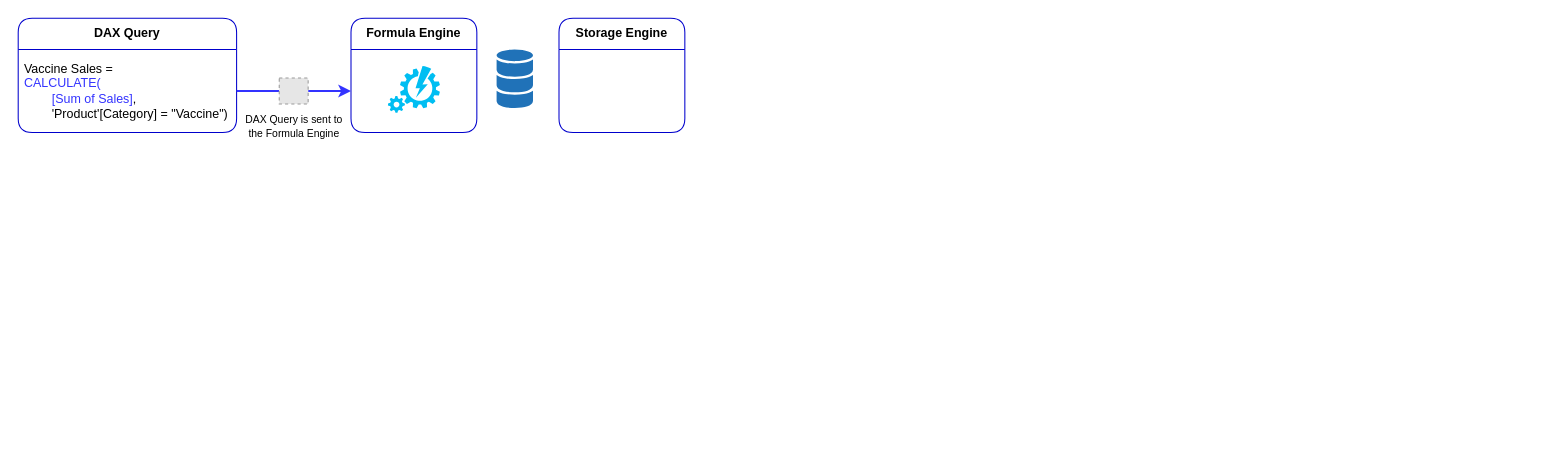
Above: page "diagram-1" (1 of 2) of Training/dax_query_evaluation.drawio in myzhuyue/AI_Power_Studio (draw.io), before the change. Source tidied: cells renumbered, new cells numbered last; positions are measured from the earlier drawing's top-left corner, leaving out a move shared by most shapes. Both pictures are drawn from the tidied source at 104%, with x=0, y=0 at pixel (18, 18). Pictures stored in the file or linked from it are replaced by grey dashed boxes.
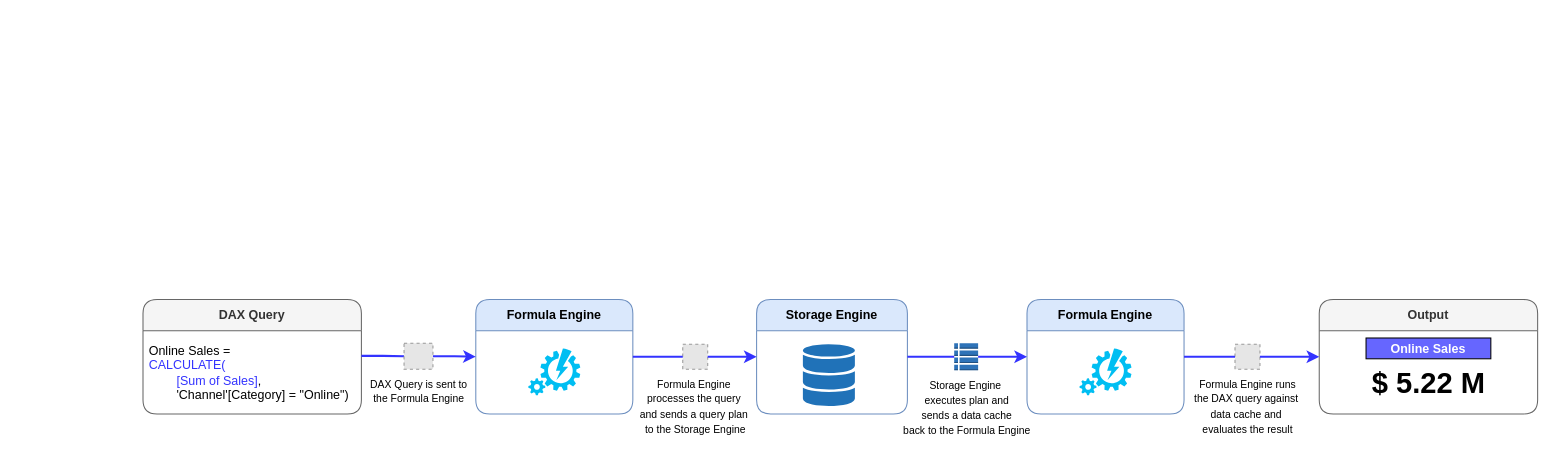
The same page after the edit.

What changed in the source:
```diff
@@
-    <mxCell id="2" value="&lt;b&gt;DAX Query&lt;/b&gt;" style="swimlane;fontStyle=0;horizontal=1;startSize=30;whiteSpace=wrap;html=1;rounded=1;strokeColor=#0000CC;" parent="1" vertex="1">
-      <mxGeometry width="210" height="110" as="geometry" />
+    <mxCell id="2" value="&lt;b&gt;DAX Query&lt;/b&gt;" style="swimlane;fontStyle=0;horizontal=1;startSize=30;whiteSpace=wrap;html=1;rounded=1;strokeColor=#666666;fillColor=#f5f5f5;fontColor=#333333;" parent="1" vertex="1">
+      <mxGeometry x="120" y="270.5" width="210" height="110" as="geometry" />
     </mxCell>
-    <mxCell id="3" value="Vaccine Sales =&amp;nbsp;&lt;div&gt;&lt;span style=&quot;color: rgb(51, 51, 255);&quot;&gt;CALCULATE(&lt;/span&gt;&lt;/div&gt;&lt;div&gt;&lt;span style=&quot;color: rgb(51, 51, 255);&quot;&gt;&amp;nbsp; &amp;nbsp; &amp;nbsp; &amp;nbsp; [Sum of Sales]&lt;/span&gt;,&lt;/div&gt;&lt;div&gt;&amp;nbsp; &amp;nbsp; &amp;nbsp; &amp;nbsp; 'Product'[Category] = &quot;Vaccine&quot;)&lt;/div&gt;" style="text;strokeColor=none;fillColor=none;align=left;verticalAlign=middle;spacingLeft=4;spacingRight=4;overflow=hidden;points=[[0,0.5],[1,0.5]];portConstraint=eastwest;whiteSpace=wrap;html=1;" parent="2" vertex="1">
+    <mxCell id="3" value="Online Sales =&amp;nbsp;&lt;div&gt;&lt;span style=&quot;color: rgb(51, 51, 255);&quot;&gt;CALCULATE(&lt;/span&gt;&lt;/div&gt;&lt;div&gt;&lt;span style=&quot;color: rgb(51, 51, 255);&quot;&gt;&amp;nbsp; &amp;nbsp; &amp;nbsp; &amp;nbsp; [Sum of Sales]&lt;/span&gt;,&lt;/div&gt;&lt;div&gt;&amp;nbsp; &amp;nbsp; &amp;nbsp; &amp;nbsp; 'Channel'[Category] = &quot;Online&quot;)&lt;/div&gt;" style="text;strokeColor=none;fillColor=none;align=left;verticalAlign=middle;spacingLeft=4;spacingRight=4;overflow=hidden;points=[[0,0.5],[1,0.5]];portConstraint=eastwest;whiteSpace=wrap;html=1;" parent="2" vertex="1">
       <mxGeometry y="30" width="210" height="80" as="geometry" />
     </mxCell>
-    <mxCell id="4" value="&lt;b&gt;Formula Engine&lt;/b&gt;" style="swimlane;fontStyle=0;horizontal=1;startSize=30;whiteSpace=wrap;html=1;rounded=1;strokeColor=#0000CC;" parent="1" vertex="1">
-      <mxGeometry x="320" width="121" height="110" as="geometry" />
+    <mxCell id="4" value="&lt;b&gt;Formula Engine&lt;/b&gt;" style="swimlane;fontStyle=0;horizontal=1;startSize=30;whiteSpace=wrap;html=1;rounded=1;strokeColor=#6c8ebf;fillColor=#dae8fc;" parent="1" vertex="1">
+      <mxGeometry x="440" y="270.5" width="151" height="110" as="geometry" />
     </mxCell>
-    <mxCell id="5" style="verticalLabelPosition=bottom;html=1;verticalAlign=top;align=center;strokeColor=none;fillColor=#00BEF2;shape=mxgraph.azure.automation;" parent="1" vertex="1">
-      <mxGeometry x="355.5" y="46" width="50" height="45" as="geometry" />
-    </mxCell>
-    <mxCell id="6" style="edgeStyle=orthogonalEdgeStyle;rounded=0;jettySize=auto;html=1;strokeWidth=2;strokeColor=#3333FF;" parent="1" edge="1" source="8">
-      <mxGeometry relative="1" as="geometry">
-        <mxPoint x="320" y="70" as="targetPoint" />
-      </mxGeometry>
+    <mxCell id="6" style="edgeStyle=orthogonalEdgeStyle;rounded=0;jettySize=auto;html=1;strokeWidth=2;strokeColor=#3333FF;entryX=0;entryY=0.5;entryDx=0;entryDy=0;" parent="1" edge="1" source="8" target="4">
+      <mxGeometry relative="1" as="geometry" />
     </mxCell>
-    <mxCell id="7" style="edgeStyle=orthogonalEdgeStyle;rounded=0;jettySize=auto;html=1;strokeWidth=2;strokeColor=#3333FF;endArrow=none;endFill=0;" parent="1" edge="1" source="3" target="8">
+    <mxCell id="7" style="edgeStyle=orthogonalEdgeStyle;rounded=0;jettySize=auto;html=1;strokeWidth=2;strokeColor=#3333FF;endArrow=none;endFill=0;exitX=1;exitY=0.302;exitDx=0;exitDy=0;exitPerimeter=0;" parent="1" edge="1" source="3" target="8">
       <mxGeometry relative="1" as="geometry" />
     </mxCell>
     <mxCell id="8" value="&lt;span style=&quot;color: rgb(0, 0, 0);&quot;&gt;&lt;font style=&quot;font-size: 10px;&quot;&gt;DAX Query is sent to&lt;/font&gt;&lt;/span&gt;&lt;div&gt;&lt;span style=&quot;color: rgb(0, 0, 0);&quot;&gt;&lt;font style=&quot;font-size: 10px;&quot;&gt;the Formula Engine&lt;/font&gt;&lt;/span&gt;&lt;/div&gt;" style="fillColor=#E6E6E6;strokeColor=#999999;dashed=1;html=1;verticalAlign=top;verticalLabelPosition=bottom;labelBackgroundColor=#ffffff;fontColor=#3333FF;" parent="1" vertex="1">
-      <mxGeometry x="251" y="57.5" width="27.8" height="25" as="geometry" />
+      <mxGeometry x="371" y="312.5" width="27.8" height="25" as="geometry" />
     </mxCell>
-    <mxCell id="9" value="&lt;b&gt;Storage Engine&lt;/b&gt;" style="swimlane;fontStyle=0;horizontal=1;startSize=30;whiteSpace=wrap;html=1;rounded=1;strokeColor=#0000CC;" parent="1" vertex="1">
-      <mxGeometry x="520" width="121" height="110" as="geometry" />
+    <mxCell id="9" value="&lt;b&gt;Storage Engine&lt;/b&gt;" style="swimlane;fontStyle=0;horizontal=1;startSize=30;whiteSpace=wrap;html=1;rounded=1;strokeColor=#6c8ebf;fillColor=#dae8fc;" parent="1" vertex="1">
+      <mxGeometry x="710" y="270.5" width="145" height="110" as="geometry" />
     </mxCell>
-    <mxCell id="10" style="sketch=0;shadow=0;dashed=0;html=1;strokeColor=none;labelPosition=center;verticalLabelPosition=bottom;verticalAlign=top;align=center;shape=mxgraph.office.databases.database_mini_3;fillColor=#2072B8;" parent="1" vertex="1">
-      <mxGeometry x="460" y="30" width="35" height="57" as="geometry" />
-    </mxCell>
+    <mxCell id="11" style="sketch=0;shadow=0;dashed=0;strokeColor=none;labelPosition=center;verticalLabelPosition=bottom;verticalAlign=top;align=center;shape=mxgraph.office.databases.database_mini_3;fillColor=#2072B8;html=1;" parent="1" vertex="1">
+      <mxGeometry x="754.5" y="313.5" width="50" height="60" as="geometry" />
+    </mxCell>
+    <mxCell id="12" style="verticalLabelPosition=bottom;html=1;verticalAlign=top;align=center;strokeColor=none;fillColor=#00BEF2;shape=mxgraph.azure.automation;" parent="1" vertex="1">
+      <mxGeometry x="490.5" y="317.5" width="50" height="45" as="geometry" />
+    </mxCell>
+    <mxCell id="13" value="&lt;font style=&quot;font-size: 10px;&quot;&gt;Formula Engine&amp;nbsp;&lt;/font&gt;&lt;div&gt;&lt;font style=&quot;font-size: 10px;&quot;&gt;processes the query&amp;nbsp;&lt;/font&gt;&lt;/div&gt;&lt;div&gt;&lt;font style=&quot;font-size: 10px;&quot;&gt;and sends a query plan&amp;nbsp;&lt;/font&gt;&lt;/div&gt;&lt;div&gt;&lt;font style=&quot;font-size: 10px;&quot;&gt;to the Storage Engine&lt;/font&gt;&lt;/div&gt;" style="fillColor=#E6E6E6;strokeColor=#999999;dashed=1;html=1;verticalAlign=top;verticalLabelPosition=bottom;labelBackgroundColor=#ffffff;" parent="1" vertex="1">
+      <mxGeometry x="639" y="313.5" width="24" height="24" as="geometry" />
+    </mxCell>
+    <mxCell id="14" style="edgeStyle=orthogonalEdgeStyle;rounded=0;jettySize=auto;html=1;strokeWidth=2;strokeColor=#3333FF;endArrow=none;endFill=0;exitX=1;exitY=0.5;exitDx=0;exitDy=0;" parent="1" edge="1" source="4" target="13">
+      <mxGeometry relative="1" as="geometry" />
+    </mxCell>
+    <mxCell id="15" style="edgeStyle=orthogonalEdgeStyle;rounded=0;jettySize=auto;html=1;strokeWidth=2;strokeColor=#3333FF;endArrow=classic;endFill=1;entryX=0;entryY=0.5;entryDx=0;entryDy=0;" parent="1" edge="1" source="13" target="9">
+      <mxGeometry relative="1" as="geometry" />
+    </mxCell>
+    <mxCell id="16" value="&lt;b&gt;Formula Engine&lt;/b&gt;" style="swimlane;fontStyle=0;horizontal=1;startSize=30;whiteSpace=wrap;html=1;rounded=1;strokeColor=#6c8ebf;fillColor=#dae8fc;" parent="1" vertex="1">
+      <mxGeometry x="970" y="270.5" width="151" height="110" as="geometry" />
+    </mxCell>
+    <mxCell id="17" style="verticalLabelPosition=bottom;html=1;verticalAlign=top;align=center;strokeColor=none;fillColor=#00BEF2;shape=mxgraph.azure.automation;" parent="1" vertex="1">
+      <mxGeometry x="1020.5" y="317.5" width="50" height="45" as="geometry" />
+    </mxCell>
+    <mxCell id="18" value="&lt;font style=&quot;font-size: 10px;&quot;&gt;Storage Engine&amp;nbsp;&lt;/font&gt;&lt;div&gt;&lt;font style=&quot;font-size: 10px;&quot;&gt;executes plan and&lt;/font&gt;&lt;/div&gt;&lt;div&gt;&lt;font style=&quot;font-size: 10px;&quot;&gt;sends a data cache&lt;/font&gt;&lt;/div&gt;&lt;div&gt;&lt;font style=&quot;font-size: 10px;&quot;&gt;back to the Formula Engine&lt;/font&gt;&lt;/div&gt;" style="outlineConnect=0;dashed=0;verticalLabelPosition=bottom;verticalAlign=top;align=center;html=1;shape=mxgraph.aws3.table;fillColor=#2E73B8;gradientColor=none;" parent="1" vertex="1">
+      <mxGeometry x="900" y="312.5" width="23" height="26" as="geometry" />
+    </mxCell>
+    <mxCell id="19" style="edgeStyle=orthogonalEdgeStyle;rounded=0;jettySize=auto;html=1;strokeWidth=2;strokeColor=#3333FF;endArrow=none;endFill=0;exitX=1;exitY=0.5;exitDx=0;exitDy=0;" parent="1" edge="1" source="9" target="18">
+      <mxGeometry relative="1" as="geometry" />
+    </mxCell>
+    <mxCell id="20" style="edgeStyle=orthogonalEdgeStyle;rounded=0;jettySize=auto;html=1;strokeWidth=2;strokeColor=#3333FF;endArrow=classic;endFill=1;entryX=0;entryY=0.5;entryDx=0;entryDy=0;" parent="1" edge="1" source="18" target="16">
+      <mxGeometry relative="1" as="geometry" />
+    </mxCell>
+    <mxCell id="21" value="&lt;b&gt;Output&lt;/b&gt;" style="swimlane;fontStyle=0;horizontal=1;startSize=30;whiteSpace=wrap;html=1;rounded=1;strokeColor=#666666;fillColor=#f5f5f5;fontColor=#333333;" parent="1" vertex="1">
+      <mxGeometry x="1251" y="270.5" width="210" height="110" as="geometry" />
+    </mxCell>
+    <mxCell id="22" value="&lt;font size=&quot;1&quot;&gt;Formula Engine runs&lt;/font&gt;&lt;div&gt;&lt;font size=&quot;1&quot;&gt;the DAX query against&amp;nbsp;&lt;/font&gt;&lt;/div&gt;&lt;div&gt;&lt;font size=&quot;1&quot;&gt;data cache and&amp;nbsp;&lt;/font&gt;&lt;/div&gt;&lt;div&gt;&lt;font size=&quot;1&quot;&gt;evaluates&amp;nbsp;&lt;/font&gt;&lt;span style=&quot;font-size: x-small;&quot;&gt;the result&lt;/span&gt;&lt;/div&gt;" style="fillColor=#E6E6E6;strokeColor=#999999;dashed=1;html=1;verticalAlign=top;verticalLabelPosition=bottom;labelBackgroundColor=#ffffff;" parent="1" vertex="1">
+      <mxGeometry x="1170" y="313.5" width="24" height="24" as="geometry" />
+    </mxCell>
+    <mxCell id="23" style="edgeStyle=orthogonalEdgeStyle;rounded=0;jettySize=auto;html=1;strokeWidth=2;strokeColor=#3333FF;endArrow=none;endFill=0;exitX=1;exitY=0.5;exitDx=0;exitDy=0;" parent="1" edge="1" source="16" target="22">
+      <mxGeometry relative="1" as="geometry" />
+    </mxCell>
+    <mxCell id="24" style="edgeStyle=orthogonalEdgeStyle;rounded=0;jettySize=auto;html=1;strokeWidth=2;strokeColor=#3333FF;endArrow=classic;endFill=1;entryX=0;entryY=0.5;entryDx=0;entryDy=0;" parent="1" edge="1" source="22" target="21">
+      <mxGeometry relative="1" as="geometry" />
+    </mxCell>
+    <mxCell id="25" value="&lt;span style=&quot;color: rgb(255, 255, 255);&quot;&gt;&lt;b&gt;Online Sales&lt;/b&gt;&lt;/span&gt;" style="rounded=0;whiteSpace=wrap;html=1;fillColor=#6666FF;" parent="1" vertex="1">
+      <mxGeometry x="1296" y="307.5" width="120" height="20" as="geometry" />
+    </mxCell>
+    <mxCell id="26" value="$ 5.22 M" style="text;html=1;whiteSpace=wrap;strokeColor=none;fillColor=none;align=center;verticalAlign=middle;rounded=0;fontSize=28;fontStyle=1;" parent="1" vertex="1">
+      <mxGeometry x="1293.5" y="335.5" width="125" height="30" as="geometry" />
+    </mxCell>
```
